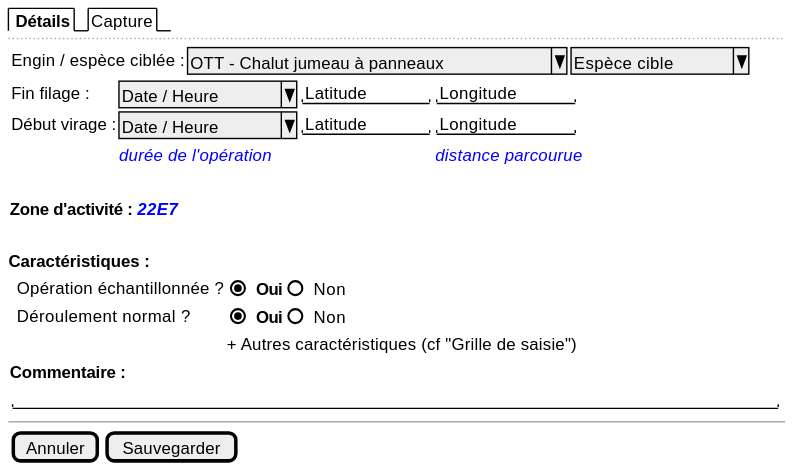
Before: projects/obsmer/spe/images/operation.svg, a diagram exported from PlantUML (sumaris-net/sumaris-doc).
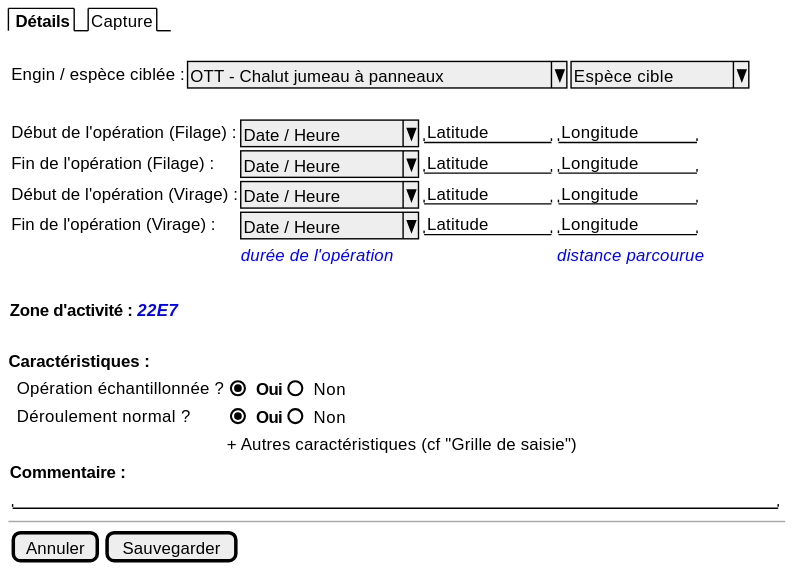
After the change.

Diff of the diagram source:
```diff
@@ -2,14 +2,15 @@
 {
 
   {/ <b> Détails | Capture }
-  ..
-
+  .
     {
       { Engin / espèce ciblée : | ^ OTT - Chalut jumeau à panneaux ^ | ^ Espèce cible ^ }
-
+        .
       {
-        Fin filage : | ^ Date / Heure ^ | "Latitude   " | "Longitude   "
-        Début virage :   | ^ Date / Heure ^ | "Latitude   " | "Longitude   "
+        Début de l'opération (Filage) : | ^ Date / Heure ^ | "Latitude   " | "Longitude   "
+        Fin de l'opération (Filage) :   | ^ Date / Heure ^ | "Latitude   " | "Longitude   "
+        Début de l'opération (Virage) : | ^ Date / Heure ^ | "Latitude   " | "Longitude   "
+        Fin de l'opération (Virage) :   | ^ Date / Heure ^ | "Latitude   " | "Longitude   "
         . | <i><color:blue>durée de l'opération | . | <i><color:blue>distance parcourue
       }
     }
```
